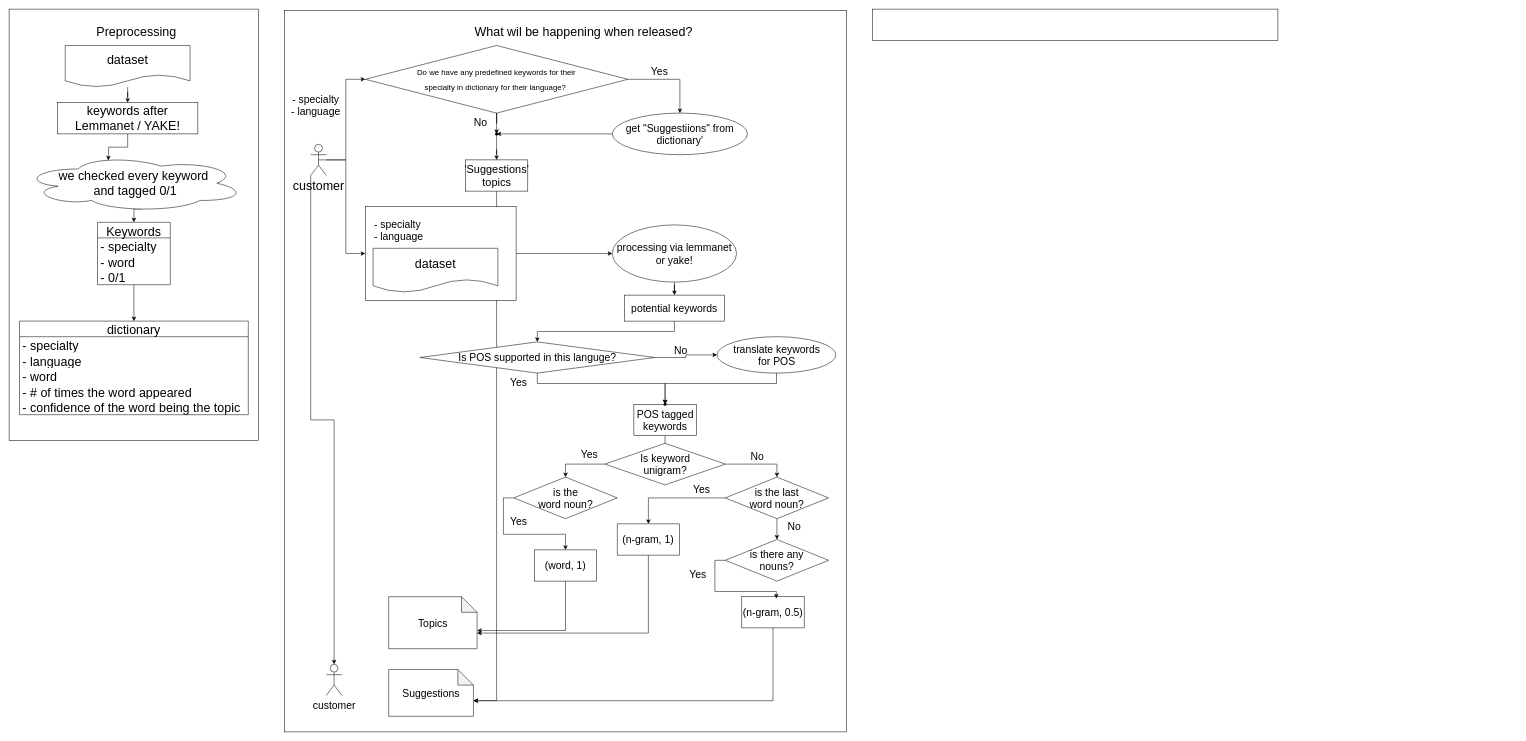
Above: Untitled Diagram.drawio in yuliia-shevchenko137/yuliia-shevchenko137 (draw.io), before the change. Source tidied: cells renumbered, new cells numbered last; positions are measured from the earlier drawing's top-left corner, leaving out a move shared by most shapes. Both pictures are drawn from the tidied source at 52%, with x=0, y=0 at pixel (9, 9).
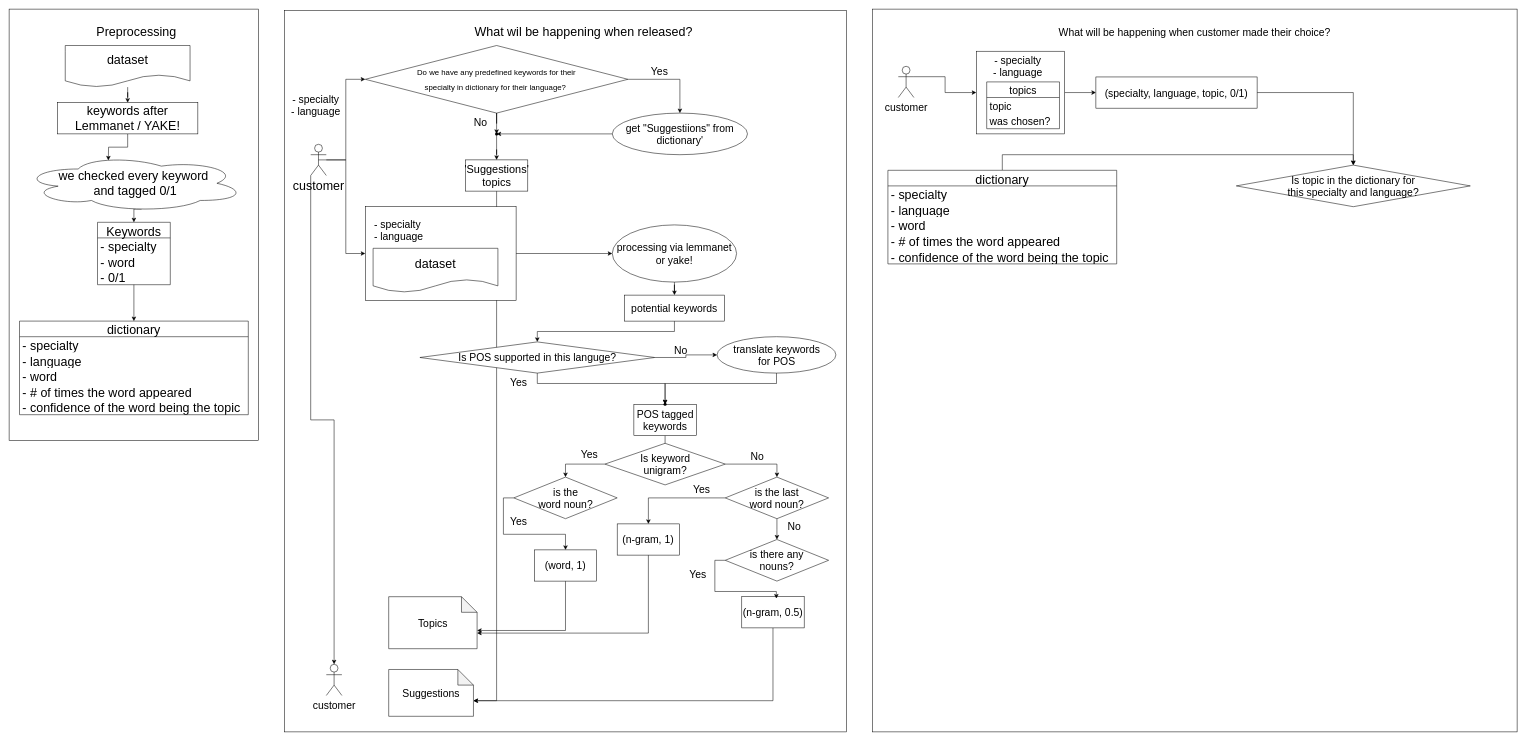
Above is the later version.

Commit message:
keyword processing 3.drawio

The edit, as a diff of the source:
```diff
@@
     <mxCell id="82" style="rounded=0;whiteSpace=wrap;html=1;fontSize=20;" parent="1" vertex="1">
-      <mxGeometry x="1660" width="780" height="60" as="geometry" />
+      <mxGeometry x="1660" width="1240" height="1390" as="geometry" />
     </mxCell>
+    <mxCell id="83" value="What will be happening when customer made their choice?" style="text;html=1;strokeColor=none;fillColor=none;align=center;verticalAlign=middle;whiteSpace=wrap;rounded=0;fontSize=20;" parent="1" vertex="1">
+      <mxGeometry x="1700" y="30" width="1160" height="30" as="geometry" />
+    </mxCell>
+    <mxCell id="84" style="edgeStyle=orthogonalEdgeStyle;rounded=0;jettySize=auto;html=1;exitX=1;exitY=0.3333333333333333;exitDx=0;exitDy=0;exitPerimeter=0;entryX=0;entryY=0.5;entryDx=0;entryDy=0;fontSize=20;" parent="1" edge="1" source="85" target="87">
+      <mxGeometry relative="1" as="geometry" />
+    </mxCell>
+    <mxCell id="85" value="customer" style="shape=umlActor;verticalLabelPosition=bottom;verticalAlign=top;html=1;outlineConnect=0;fontSize=20;" parent="1" vertex="1">
+      <mxGeometry x="1710" y="110" width="30" height="60" as="geometry" />
+    </mxCell>
+    <mxCell id="86" style="edgeStyle=orthogonalEdgeStyle;rounded=0;jettySize=auto;html=1;exitX=1;exitY=0.5;exitDx=0;exitDy=0;entryX=0;entryY=0.5;entryDx=0;entryDy=0;fontSize=20;" parent="1" edge="1" source="87" target="100">
+      <mxGeometry relative="1" as="geometry" />
+    </mxCell>
+    <mxCell id="87" style="rounded=0;whiteSpace=wrap;html=1;fontSize=20;" parent="1" vertex="1">
+      <mxGeometry x="1860" y="81" width="170" height="159" as="geometry" />
+    </mxCell>
+    <mxCell id="88" value="topics" style="swimlane;fontStyle=0;horizontal=1;startSize=30;fontSize=20;" parent="1" vertex="1">
+      <mxGeometry x="1880" y="140" width="140" height="90" as="geometry" />
+    </mxCell>
+    <mxCell id="89" value="topic" style="text;strokeColor=none;fillColor=none;align=left;verticalAlign=middle;spacingLeft=4;spacingRight=4;overflow=hidden;fontSize=20;" parent="88" vertex="1">
+      <mxGeometry y="30" width="140" height="30" as="geometry" />
+    </mxCell>
+    <mxCell id="90" value="was chosen?" style="text;strokeColor=none;fillColor=none;align=left;verticalAlign=middle;spacingLeft=4;spacingRight=4;overflow=hidden;fontSize=20;" parent="88" vertex="1">
+      <mxGeometry y="60" width="140" height="30" as="geometry" />
+    </mxCell>
+    <mxCell id="91" value="- specialty&lt;br&gt;- language" style="text;html=1;strokeColor=none;fillColor=none;align=center;verticalAlign=middle;whiteSpace=wrap;rounded=0;fontSize=20;" parent="1" vertex="1">
+      <mxGeometry x="1880" y="95" width="120" height="30" as="geometry" />
+    </mxCell>
+    <mxCell id="92" style="edgeStyle=orthogonalEdgeStyle;rounded=0;jettySize=auto;html=1;exitX=0.5;exitY=0;exitDx=0;exitDy=0;entryX=0.5;entryY=0;entryDx=0;entryDy=0;fontSize=20;" parent="1" edge="1" source="93" target="101">
+      <mxGeometry relative="1" as="geometry" />
+    </mxCell>
+    <mxCell id="93" value="dictionary" style="swimlane;fontStyle=0;horizontal=1;startSize=30;fontSize=24;" parent="1" vertex="1">
+      <mxGeometry x="1690" y="310" width="440" height="180" as="geometry" />
+    </mxCell>
+    <mxCell id="94" value="- specialty" style="text;strokeColor=none;fillColor=none;align=left;verticalAlign=middle;spacingLeft=4;spacingRight=4;overflow=hidden;fontSize=24;" parent="93" vertex="1">
+      <mxGeometry y="30" width="440" height="30" as="geometry" />
+    </mxCell>
+    <mxCell id="95" value="- language" style="text;strokeColor=none;fillColor=none;align=left;verticalAlign=middle;spacingLeft=4;spacingRight=4;overflow=hidden;fontSize=24;" parent="93" vertex="1">
+      <mxGeometry y="60" width="440" height="30" as="geometry" />
+    </mxCell>
+    <mxCell id="96" value="- word" style="text;strokeColor=none;fillColor=none;align=left;verticalAlign=middle;spacingLeft=4;spacingRight=4;overflow=hidden;fontSize=24;" parent="93" vertex="1">
+      <mxGeometry y="90" width="440" height="30" as="geometry" />
+    </mxCell>
+    <mxCell id="97" value="- # of times the word appeared" style="text;strokeColor=none;fillColor=none;align=left;verticalAlign=middle;spacingLeft=4;spacingRight=4;overflow=hidden;fontSize=24;" parent="93" vertex="1">
+      <mxGeometry y="120" width="440" height="30" as="geometry" />
+    </mxCell>
+    <mxCell id="98" value="- confidence of the word being the topic" style="text;strokeColor=none;fillColor=none;align=left;verticalAlign=middle;spacingLeft=4;spacingRight=4;overflow=hidden;fontSize=24;" parent="93" vertex="1">
+      <mxGeometry y="150" width="440" height="30" as="geometry" />
+    </mxCell>
+    <mxCell id="99" style="edgeStyle=orthogonalEdgeStyle;rounded=0;jettySize=auto;html=1;exitX=1;exitY=0.5;exitDx=0;exitDy=0;fontSize=20;entryX=0.5;entryY=0;entryDx=0;entryDy=0;" parent="1" edge="1" source="100" target="101">
+      <mxGeometry relative="1" as="geometry" />
+    </mxCell>
+    <mxCell id="100" value="(specialty, language, topic, 0/1)" style="rounded=0;whiteSpace=wrap;html=1;fontSize=20;" parent="1" vertex="1">
+      <mxGeometry x="2090" y="130.5" width="310" height="60" as="geometry" />
+    </mxCell>
+    <mxCell id="101" value="Is topic in the dictionary for &lt;br&gt;this specialty and language?" style="rhombus;whiteSpace=wrap;html=1;fontSize=20;" parent="1" vertex="1">
+      <mxGeometry x="2360" y="300" width="450" height="80" as="geometry" />
+    </mxCell>
```
